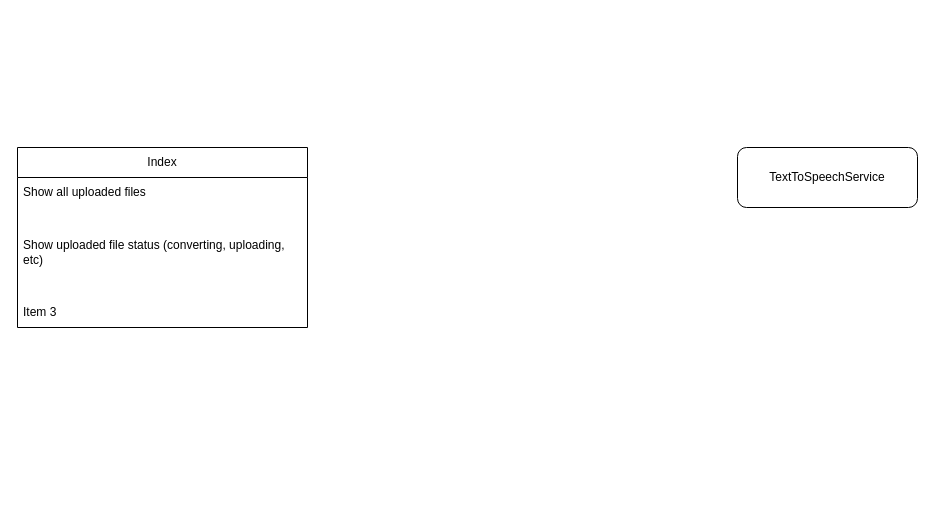
The draw.io diagram page "BookTTSSiteMap" (2 of 2) of designs/BookTTS.drawio in huankimtran/BookTTS, before the edit. Source tidied: cells renumbered, new cells numbered last; positions are measured from the earlier drawing's top-left corner, leaving out a move shared by most shapes. Both pictures are drawn from the tidied source at 100%, with x=0, y=0 at pixel (17, 147).
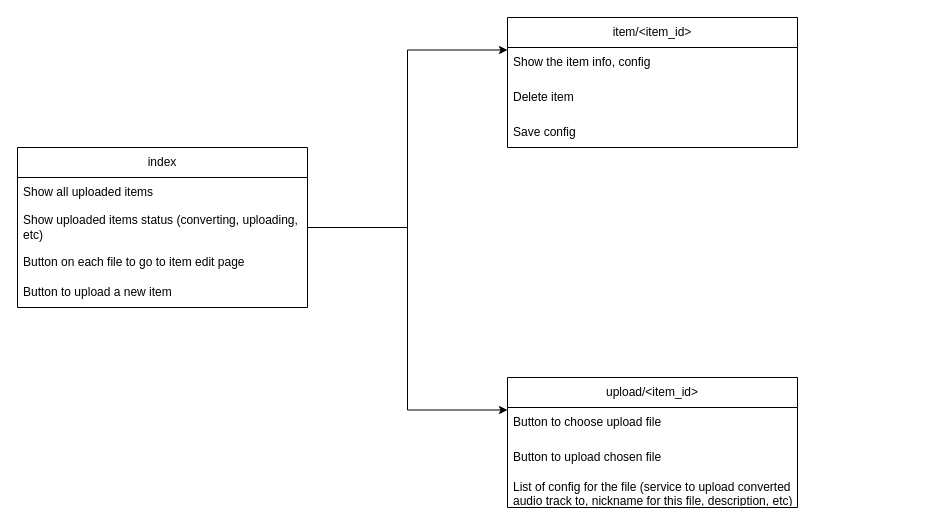
After the change.

What changed in the source:
```diff
@@
 <mxGraphModel>
   <root>
     <mxCell id="0" />
     <mxCell id="1" parent="0" />
-    <mxCell id="2" value="TextToSpeechService" style="rounded=1;whiteSpace=wrap;html=1;" parent="1" vertex="1">
-      <mxGeometry x="720" width="180" height="60" as="geometry" />
-    </mxCell>
-    <mxCell id="3" value="Index" style="swimlane;fontStyle=0;horizontal=1;startSize=30;whiteSpace=wrap;html=1;" parent="1" vertex="1">
-      <mxGeometry width="290" height="180" as="geometry" />
+    <mxCell id="3" value="index" style="swimlane;fontStyle=0;horizontal=1;startSize=30;whiteSpace=wrap;html=1;" parent="1" vertex="1">
+      <mxGeometry width="290" height="160" as="geometry" />
     </mxCell>
-    <mxCell id="4" value="Show all uploaded files" style="text;strokeColor=none;fillColor=none;align=left;verticalAlign=middle;spacingLeft=4;spacingRight=4;overflow=hidden;whiteSpace=wrap;html=1;" parent="3" vertex="1">
+    <mxCell id="4" value="Show all uploaded items" style="text;strokeColor=none;fillColor=none;align=left;verticalAlign=middle;spacingLeft=4;spacingRight=4;overflow=hidden;whiteSpace=wrap;html=1;" parent="3" vertex="1">
       <mxGeometry y="30" width="290" height="30" as="geometry" />
     </mxCell>
-    <mxCell id="5" value="Show uploaded file status (converting, uploading, etc)" style="text;strokeColor=none;fillColor=none;align=left;verticalAlign=middle;spacingLeft=4;spacingRight=4;overflow=hidden;points=[[0,0.5],[1,0.5]];portConstraint=eastwest;whiteSpace=wrap;html=1;" parent="3" vertex="1">
-      <mxGeometry y="60" width="290" height="90" as="geometry" />
+    <mxCell id="5" value="Show uploaded items status (converting, uploading, etc)" style="text;strokeColor=none;fillColor=none;align=left;verticalAlign=middle;spacingLeft=4;spacingRight=4;overflow=hidden;points=[[0,0.5],[1,0.5]];portConstraint=eastwest;whiteSpace=wrap;html=1;" parent="3" vertex="1">
+      <mxGeometry y="60" width="290" height="40" as="geometry" />
     </mxCell>
-    <mxCell id="6" value="Item 3" style="text;strokeColor=none;fillColor=none;align=left;verticalAlign=middle;spacingLeft=4;spacingRight=4;overflow=hidden;whiteSpace=wrap;html=1;" parent="3" vertex="1">
-      <mxGeometry y="150" width="290" height="30" as="geometry" />
+    <mxCell id="6" value="Button on each file to go to item edit page" style="text;strokeColor=none;fillColor=none;align=left;verticalAlign=middle;spacingLeft=4;spacingRight=4;overflow=hidden;whiteSpace=wrap;html=1;" parent="3" vertex="1">
+      <mxGeometry y="100" width="290" height="30" as="geometry" />
     </mxCell>
+    <mxCell id="7" value="Button to upload a new item" style="text;strokeColor=none;fillColor=none;align=left;verticalAlign=middle;spacingLeft=4;spacingRight=4;overflow=hidden;whiteSpace=wrap;html=1;" parent="3" vertex="1">
+      <mxGeometry y="130" width="290" height="30" as="geometry" />
+    </mxCell>
+    <mxCell id="8" value="item/&amp;lt;item_id&amp;gt;" style="swimlane;fontStyle=0;horizontal=1;startSize=30;whiteSpace=wrap;html=1;" parent="1" vertex="1">
+      <mxGeometry x="490" y="-130" width="290" height="130" as="geometry" />
+    </mxCell>
+    <mxCell id="9" value="Show the item info, config" style="text;strokeColor=none;fillColor=none;align=left;verticalAlign=middle;spacingLeft=4;spacingRight=4;overflow=hidden;whiteSpace=wrap;html=1;" parent="8" vertex="1">
+      <mxGeometry y="30" width="290" height="30" as="geometry" />
+    </mxCell>
+    <mxCell id="10" value="Delete item" style="text;strokeColor=none;fillColor=none;align=left;verticalAlign=middle;spacingLeft=4;spacingRight=4;overflow=hidden;whiteSpace=wrap;html=1;" parent="8" vertex="1">
+      <mxGeometry y="60" width="290" height="40" as="geometry" />
+    </mxCell>
+    <mxCell id="11" value="Save config" style="text;strokeColor=none;fillColor=none;align=left;verticalAlign=middle;spacingLeft=4;spacingRight=4;overflow=hidden;whiteSpace=wrap;html=1;" parent="8" vertex="1">
+      <mxGeometry y="100" width="290" height="30" as="geometry" />
+    </mxCell>
+    <mxCell id="12" style="edgeStyle=orthogonalEdgeStyle;rounded=0;jettySize=auto;html=1;exitX=1;exitY=0.5;exitDx=0;exitDy=0;entryX=0;entryY=0.25;entryDx=0;entryDy=0;" parent="1" edge="1" source="5" target="8">
+      <mxGeometry relative="1" as="geometry" />
+    </mxCell>
+    <mxCell id="13" value="upload/&amp;lt;item_id&amp;gt;" style="swimlane;fontStyle=0;horizontal=1;startSize=30;whiteSpace=wrap;html=1;" parent="1" vertex="1">
+      <mxGeometry x="490" y="230" width="290" height="130" as="geometry" />
+    </mxCell>
+    <mxCell id="14" value="Button to choose upload file" style="text;strokeColor=none;fillColor=none;align=left;verticalAlign=middle;spacingLeft=4;spacingRight=4;overflow=hidden;whiteSpace=wrap;html=1;" parent="13" vertex="1">
+      <mxGeometry y="30" width="290" height="30" as="geometry" />
+    </mxCell>
+    <mxCell id="15" value="Button to upload chosen file" style="text;strokeColor=none;fillColor=none;align=left;verticalAlign=middle;spacingLeft=4;spacingRight=4;overflow=hidden;whiteSpace=wrap;html=1;" parent="13" vertex="1">
+      <mxGeometry y="60" width="290" height="40" as="geometry" />
+    </mxCell>
+    <mxCell id="16" value="List of config for the file (service to upload converted audio track to, nickname for this file, description, etc)" style="text;strokeColor=none;fillColor=none;align=left;verticalAlign=middle;spacingLeft=4;spacingRight=4;overflow=hidden;whiteSpace=wrap;html=1;" parent="13" vertex="1">
+      <mxGeometry y="100" width="290" height="30" as="geometry" />
+    </mxCell>
+    <mxCell id="17" style="edgeStyle=orthogonalEdgeStyle;rounded=0;jettySize=auto;html=1;entryX=0;entryY=0.25;entryDx=0;entryDy=0;" parent="1" edge="1" source="5" target="13">
+      <mxGeometry relative="1" as="geometry" />
+    </mxCell>
   </root>
 </mxGraphModel>
```
